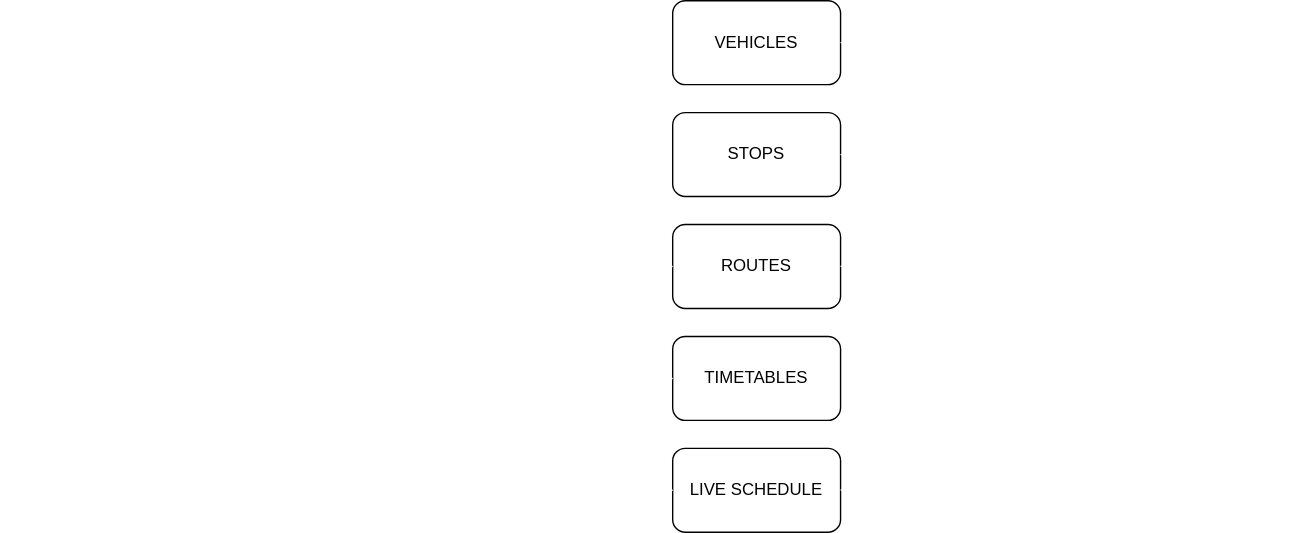
Before: mpk-lodz-parser-net.drawio.svg, a diagram exported from draw.io (BlazekWasTaken/mpk-lodz-parser-net). Source tidied: cells renumbered, new cells last; positions are measured from the earlier drawing's top-left corner, leaving out a move shared by most shapes.
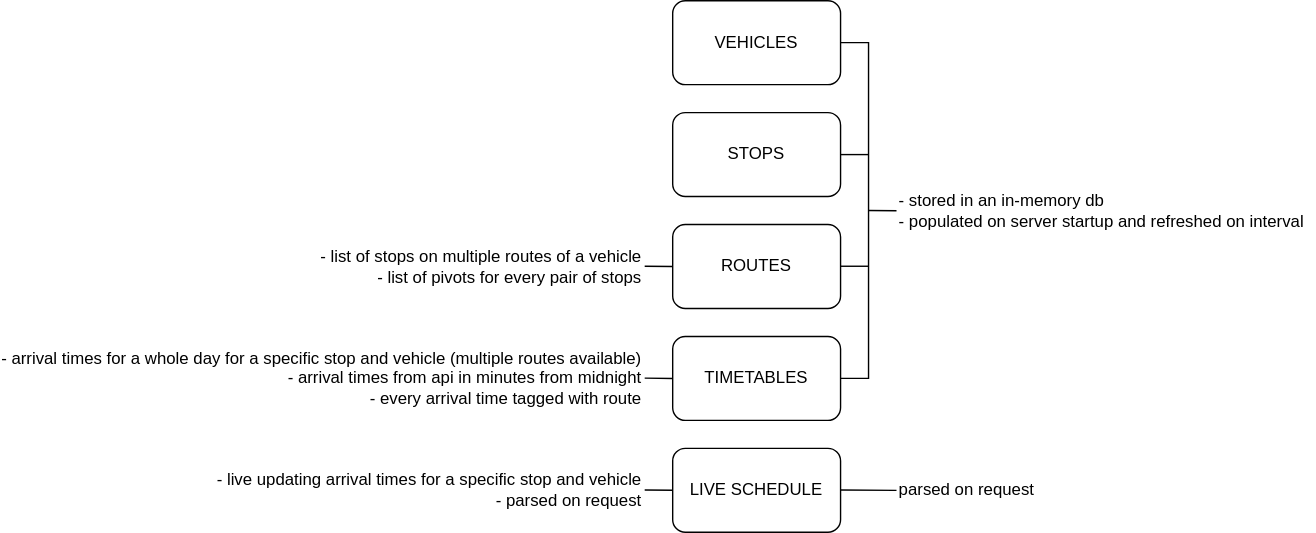
The same file after the commit.

The edit, as a diff of the source:
```diff
@@ -2,13 +2,13 @@
   <root>
     <mxCell id="0" />
     <mxCell id="1" parent="0" />
-    <mxCell id="2" value="VEHICLES" style="rounded=1;whiteSpace=wrap;html=1;fontColor=#000000;" parent="1" vertex="1">
+    <mxCell id="2" value="VEHICLES" style="rounded=1;whiteSpace=wrap;html=1;" parent="1" vertex="1">
       <mxGeometry x="480" width="120" height="60" as="geometry" />
     </mxCell>
-    <mxCell id="3" value="STOPS" style="rounded=1;whiteSpace=wrap;html=1;fontColor=#000000;" parent="1" vertex="1">
+    <mxCell id="3" value="STOPS" style="rounded=1;whiteSpace=wrap;html=1;" parent="1" vertex="1">
       <mxGeometry x="480" y="80" width="120" height="60" as="geometry" />
     </mxCell>
-    <mxCell id="4" style="endArrow=none;html=1;rounded=0;exitX=1;exitY=0.5;exitDx=0;exitDy=0;entryX=1;entryY=0.5;entryDx=0;entryDy=0;fontColor=#FFFFFF;strokeColor=#FFFFFF;" parent="1" edge="1" source="2" target="8">
+    <mxCell id="4" style="endArrow=none;html=1;rounded=0;exitX=1;exitY=0.5;exitDx=0;exitDy=0;entryX=1;entryY=0.5;entryDx=0;entryDy=0;" parent="1" edge="1" source="2" target="8">
       <mxGeometry relative="1" as="geometry">
         <Array as="points">
           <mxPoint x="620" y="30" />
@@ -16,66 +16,66 @@
         </Array>
       </mxGeometry>
     </mxCell>
-    <mxCell id="5" value="&lt;div&gt;- stored in an in-memory db&lt;br&gt;&lt;/div&gt;- populated on server startup and refreshed on interval" style="text;html=1;align=left;verticalAlign=middle;whiteSpace=wrap;rounded=0;fillColor=none;strokeColor=none;fontColor=#FFFFFF;" parent="1" vertex="1">
+    <mxCell id="5" value="&lt;div&gt;- stored in an in-memory db&lt;br&gt;&lt;/div&gt;- populated on server startup and refreshed on interval" style="text;html=1;align=left;verticalAlign=middle;whiteSpace=wrap;rounded=0;" parent="1" vertex="1">
       <mxGeometry x="640" y="130" width="300" height="40" as="geometry" />
     </mxCell>
-    <mxCell id="6" value="LIVE SCHEDULE" style="rounded=1;whiteSpace=wrap;html=1;fontColor=#000000;" parent="1" vertex="1">
+    <mxCell id="6" value="LIVE SCHEDULE" style="rounded=1;whiteSpace=wrap;html=1;" parent="1" vertex="1">
       <mxGeometry x="480" y="320" width="120" height="60" as="geometry" />
     </mxCell>
-    <mxCell id="7" style="endArrow=none;html=1;rounded=0;exitX=1;exitY=0.5;exitDx=0;exitDy=0;fontColor=#FFFFFF;strokeColor=#FFFFFF;" parent="1" edge="1">
+    <mxCell id="7" style="endArrow=none;html=1;rounded=0;exitX=1;exitY=0.5;exitDx=0;exitDy=0;" parent="1" edge="1">
       <mxGeometry relative="1" as="geometry">
         <mxPoint x="620" y="150" as="sourcePoint" />
         <mxPoint x="640" y="150.2" as="targetPoint" />
       </mxGeometry>
     </mxCell>
-    <mxCell id="8" value="TIMETABLES" style="rounded=1;whiteSpace=wrap;html=1;fontColor=#000000;" parent="1" vertex="1">
+    <mxCell id="8" value="TIMETABLES" style="rounded=1;whiteSpace=wrap;html=1;" parent="1" vertex="1">
       <mxGeometry x="480" y="240" width="120" height="60" as="geometry" />
     </mxCell>
-    <mxCell id="9" value="ROUTES" style="rounded=1;whiteSpace=wrap;html=1;fontColor=#000000;" parent="1" vertex="1">
+    <mxCell id="9" value="ROUTES" style="rounded=1;whiteSpace=wrap;html=1;" parent="1" vertex="1">
       <mxGeometry x="480" y="160" width="120" height="60" as="geometry" />
     </mxCell>
-    <mxCell id="10" style="endArrow=none;html=1;rounded=0;exitX=1;exitY=0.5;exitDx=0;exitDy=0;fontColor=#FFFFFF;strokeColor=#FFFFFF;" parent="1" edge="1" source="3">
+    <mxCell id="10" style="endArrow=none;html=1;rounded=0;exitX=1;exitY=0.5;exitDx=0;exitDy=0;" parent="1" edge="1" source="3">
       <mxGeometry relative="1" as="geometry">
         <mxPoint x="620" y="110" as="targetPoint" />
       </mxGeometry>
     </mxCell>
-    <mxCell id="11" style="endArrow=none;html=1;rounded=0;exitX=1;exitY=0.5;exitDx=0;exitDy=0;fontColor=#FFFFFF;strokeColor=#FFFFFF;" parent="1" edge="1">
+    <mxCell id="11" style="endArrow=none;html=1;rounded=0;exitX=1;exitY=0.5;exitDx=0;exitDy=0;" parent="1" edge="1">
       <mxGeometry relative="1" as="geometry">
         <mxPoint x="600" y="349.8" as="sourcePoint" />
         <mxPoint x="640" y="350" as="targetPoint" />
       </mxGeometry>
     </mxCell>
-    <mxCell id="12" value="&lt;div&gt;parsed on request&lt;/div&gt;" style="text;html=1;align=left;verticalAlign=middle;whiteSpace=wrap;rounded=0;fontColor=#FFFFFF;" parent="1" vertex="1">
+    <mxCell id="12" value="&lt;div&gt;parsed on request&lt;/div&gt;" style="text;html=1;align=left;verticalAlign=middle;whiteSpace=wrap;rounded=0;" parent="1" vertex="1">
       <mxGeometry x="640" y="330" width="110" height="40" as="geometry" />
     </mxCell>
-    <mxCell id="13" style="endArrow=none;html=1;rounded=0;exitX=1;exitY=0.5;exitDx=0;exitDy=0;fontColor=#FFFFFF;strokeColor=#FFFFFF;" parent="1" edge="1">
+    <mxCell id="13" style="endArrow=none;html=1;rounded=0;exitX=1;exitY=0.5;exitDx=0;exitDy=0;" parent="1" edge="1">
       <mxGeometry relative="1" as="geometry">
         <mxPoint x="460" y="189.8" as="sourcePoint" />
         <mxPoint x="480" y="190" as="targetPoint" />
       </mxGeometry>
     </mxCell>
-    <mxCell id="14" value="&lt;div&gt;- list of stops on multiple routes of a vehicle&lt;/div&gt;&lt;div&gt;- list of pivots for every pair of stops&lt;/div&gt;" style="text;html=1;align=right;verticalAlign=middle;whiteSpace=wrap;rounded=0;fontColor=#FFFFFF;" parent="1" vertex="1">
+    <mxCell id="14" value="&lt;div&gt;- list of stops on multiple routes of a vehicle&lt;/div&gt;&lt;div&gt;- list of pivots for every pair of stops&lt;/div&gt;" style="text;html=1;align=right;verticalAlign=middle;whiteSpace=wrap;rounded=0;" parent="1" vertex="1">
       <mxGeometry x="220" y="160" width="240" height="60" as="geometry" />
     </mxCell>
-    <mxCell id="15" value="&lt;div&gt;- live updating arrival times for a specific stop and vehicle&lt;/div&gt;&lt;div&gt;- parsed on request&lt;/div&gt;" style="text;html=1;align=right;verticalAlign=middle;whiteSpace=wrap;rounded=0;fontColor=#FFFFFF;" parent="1" vertex="1">
+    <mxCell id="15" value="&lt;div&gt;- live updating arrival times for a specific stop and vehicle&lt;/div&gt;&lt;div&gt;- parsed on request&lt;/div&gt;" style="text;html=1;align=right;verticalAlign=middle;whiteSpace=wrap;rounded=0;" parent="1" vertex="1">
       <mxGeometry x="130" y="330" width="330" height="40" as="geometry" />
     </mxCell>
-    <mxCell id="16" style="endArrow=none;html=1;rounded=0;exitX=1;exitY=0.5;exitDx=0;exitDy=0;fontColor=#FFFFFF;strokeColor=#FFFFFF;" parent="1" edge="1">
+    <mxCell id="16" style="endArrow=none;html=1;rounded=0;exitX=1;exitY=0.5;exitDx=0;exitDy=0;" parent="1" edge="1">
       <mxGeometry relative="1" as="geometry">
         <mxPoint x="460" y="349.8" as="sourcePoint" />
         <mxPoint x="480" y="350" as="targetPoint" />
       </mxGeometry>
     </mxCell>
-    <mxCell id="17" style="endArrow=none;html=1;rounded=0;exitX=1;exitY=0.5;exitDx=0;exitDy=0;fontColor=#FFFFFF;strokeColor=#FFFFFF;" parent="1" edge="1">
+    <mxCell id="17" style="endArrow=none;html=1;rounded=0;exitX=1;exitY=0.5;exitDx=0;exitDy=0;" parent="1" edge="1">
       <mxGeometry relative="1" as="geometry">
         <mxPoint x="600" y="189.8" as="sourcePoint" />
         <mxPoint x="620" y="189.8" as="targetPoint" />
       </mxGeometry>
     </mxCell>
-    <mxCell id="18" value="&lt;div&gt;- arrival times for a whole day for a specific stop and vehicle (multiple routes available)&lt;/div&gt;&lt;div&gt;- arrival times from api in minutes from midnight&lt;/div&gt;&lt;div&gt;- every arrival time tagged with route&lt;/div&gt;" style="text;html=1;align=right;verticalAlign=middle;whiteSpace=wrap;rounded=0;fontColor=#FFFFFF;" parent="1" vertex="1">
+    <mxCell id="18" value="&lt;div&gt;- arrival times for a whole day for a specific stop and vehicle (multiple routes available)&lt;/div&gt;&lt;div&gt;- arrival times from api in minutes from midnight&lt;/div&gt;&lt;div&gt;- every arrival time tagged with route&lt;/div&gt;" style="text;html=1;align=right;verticalAlign=middle;whiteSpace=wrap;rounded=0;" parent="1" vertex="1">
       <mxGeometry y="240" width="460" height="60" as="geometry" />
     </mxCell>
-    <mxCell id="19" style="endArrow=none;html=1;rounded=0;exitX=1;exitY=0.5;exitDx=0;exitDy=0;fontColor=#FFFFFF;strokeColor=#FFFFFF;" parent="1" edge="1">
+    <mxCell id="19" style="endArrow=none;html=1;rounded=0;exitX=1;exitY=0.5;exitDx=0;exitDy=0;" parent="1" edge="1">
       <mxGeometry relative="1" as="geometry">
         <mxPoint x="460" y="269.8" as="sourcePoint" />
         <mxPoint x="480" y="270" as="targetPoint" />
```
